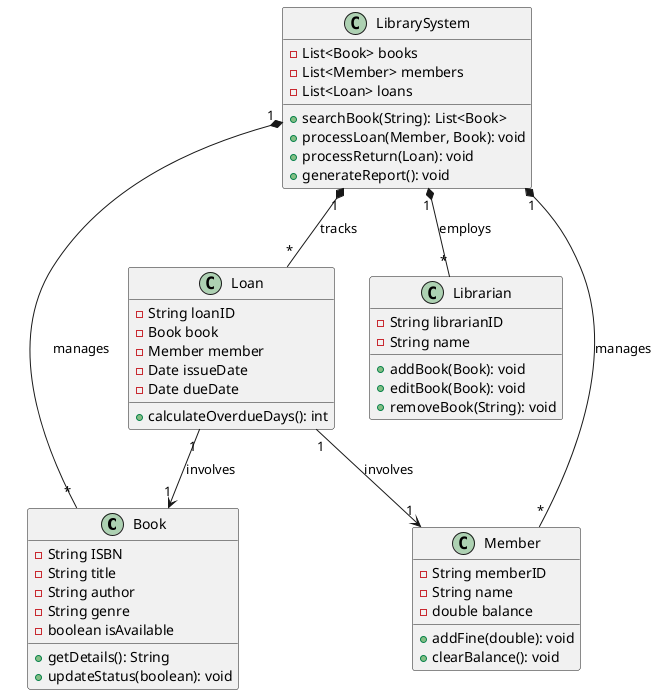
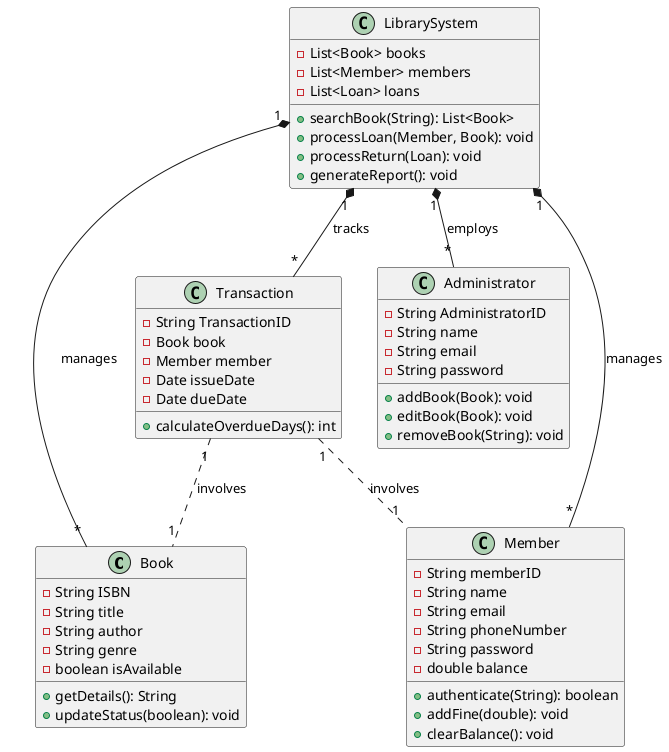
@startuml classDiagram

class Book {
    -String ISBN
    -String title
    -String author
    -String genre
    -boolean isAvailable
    +getDetails(): String
    +updateStatus(boolean): void
}

class Member {
    -String memberID
    -String name
+     -String email
+     -String phoneNumber
+     -String password
    -double balance
+     +authenticate(String): boolean
    +addFine(double): void
    +clearBalance(): void
}

- class Librarian {
-     -String librarianID
+ class Administrator{
+     -String AdministratorID
    -String name
+     -String email
+     -String password
    +addBook(Book): void
    +editBook(Book): void
    +removeBook(String): void
}

- class Loan {
-     -String loanID
+ class Transaction {
+     -String TransactionID
    -Book book
    -Member member
    -Date issueDate
    -Date dueDate
    +calculateOverdueDays(): int
}

class LibrarySystem {
    -List<Book> books
    -List<Member> members
    -List<Loan> loans
    +searchBook(String): List<Book>
    +processLoan(Member, Book): void
    +processReturn(Loan): void
    +generateReport(): void
}

LibrarySystem "1" *-- "*" Book : manages
LibrarySystem "1" *-- "*" Member : manages
- LibrarySystem "1" *-- "*" Loan : tracks
- LibrarySystem "1" *-- "*" Librarian : employs
+ LibrarySystem "1" *-- "*" Transaction : tracks
+ LibrarySystem "1" *-- "*" Administrator : employs

- Loan "1" --> "1" Book : involves
- Loan "1" --> "1" Member : involves
+ Transaction "1" .. "1" Book : involves
+ Transaction "1" .. "1" Member : involves
@enduml